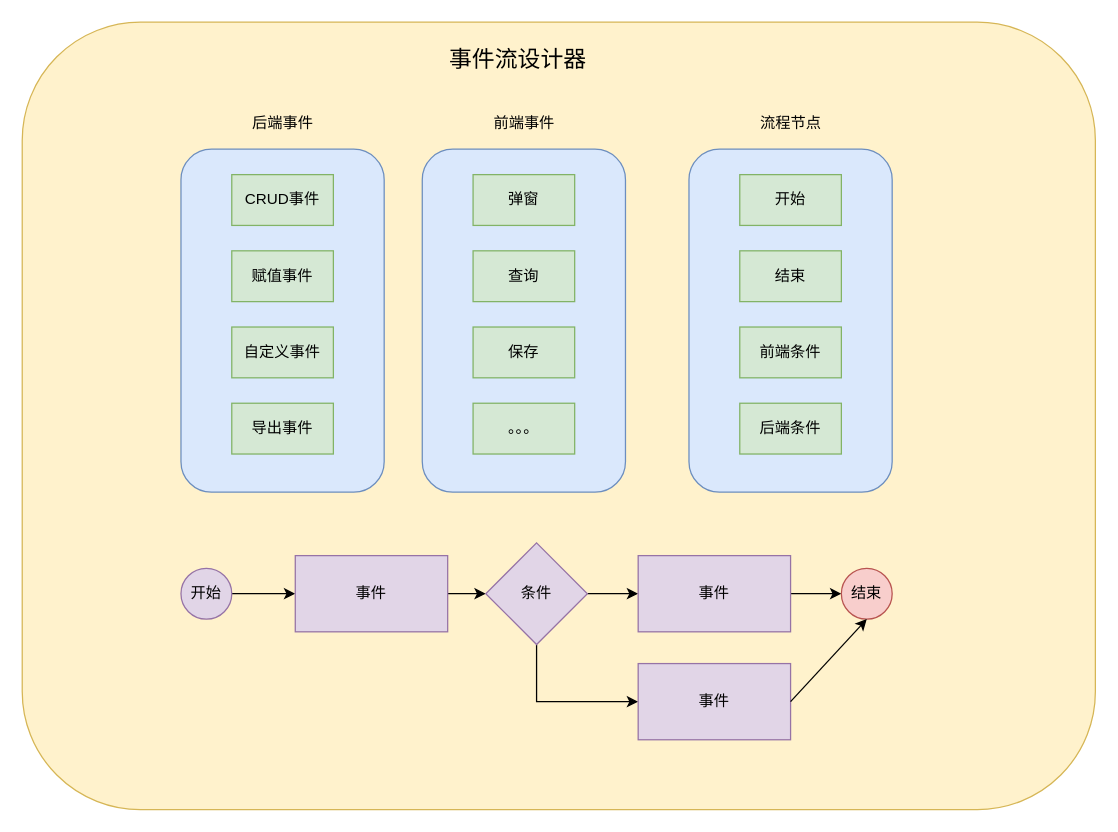
eru97/draw-io keeps this draw.io diagram as page "事件流设计器" (1 of 2) of eventEngine.drawio. Above is the earlier version. Source tidied: cells renumbered, new cells numbered last; positions are measured from the earlier drawing's top-left corner, leaving out a move shared by most shapes. Both pictures are drawn from the tidied source at 127%, with x=0, y=0 at pixel (22, 22).
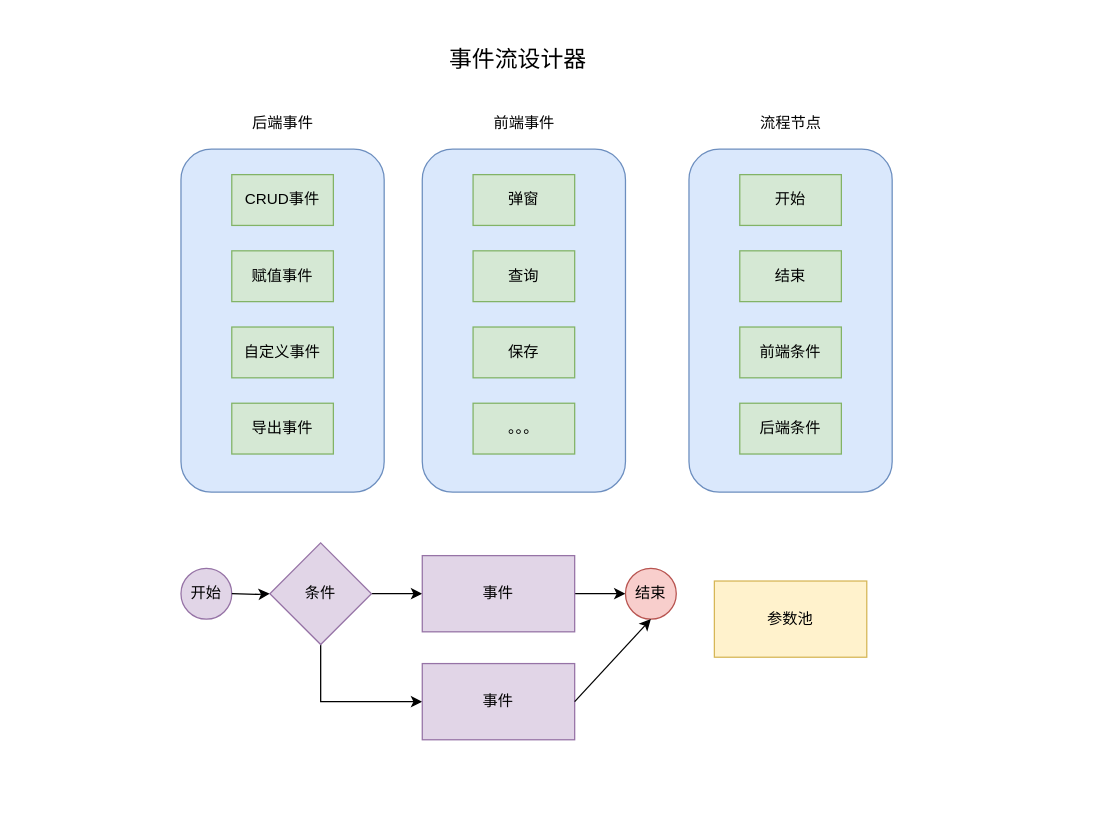
Above is the later version.

The change refers to these unchanged cells:
```xml
<mxCell id="23" value="开始" style="ellipse;whiteSpace=wrap;html=1;fillColor=#e1d5e7;strokeColor=#9673a6;" parent="1" vertex="1">
  <mxGeometry x="125" y="430" width="40" height="40" as="geometry" />
</mxCell>
```

The edit, as a diff of the source:
```diff
@@
-    <mxCell id="2" style="rounded=1;whiteSpace=wrap;html=1;fillColor=#fff2cc;strokeColor=#d6b656;" parent="1" vertex="1">
-      <mxGeometry width="845" height="620" as="geometry" />
-    </mxCell>
@@
-    <mxCell id="22" style="edgeStyle=orthogonalEdgeStyle;rounded=0;jettySize=auto;html=1;" parent="1" edge="1" source="23" target="25">
-      <mxGeometry relative="1" as="geometry" />
-    </mxCell>
@@
-    <mxCell id="24" style="edgeStyle=orthogonalEdgeStyle;rounded=0;jettySize=auto;html=1;" parent="1" edge="1" source="25" target="28">
-      <mxGeometry relative="1" as="geometry" />
+    <mxCell id="24" style="edgeStyle=orthogonalEdgeStyle;rounded=0;jettySize=auto;html=1;" parent="1" edge="1" target="28">
+      <mxGeometry relative="1" as="geometry">
+        <mxPoint x="165" y="450" as="sourcePoint" />
+      </mxGeometry>
     </mxCell>
-    <mxCell id="25" value="事件" style="whiteSpace=wrap;html=1;fillColor=#e1d5e7;strokeColor=#9673a6;" parent="1" vertex="1">
-      <mxGeometry x="215" y="420" width="120" height="60" as="geometry" />
-    </mxCell>
@@
     <mxCell id="28" value="条件" style="rhombus;whiteSpace=wrap;html=1;fillColor=#e1d5e7;strokeColor=#9673a6;" parent="1" vertex="1">
-      <mxGeometry x="365" y="410" width="80" height="80" as="geometry" />
+      <mxGeometry x="195" y="410" width="80" height="80" as="geometry" />
     </mxCell>
@@
     <mxCell id="30" value="事件" style="whiteSpace=wrap;html=1;fillColor=#e1d5e7;strokeColor=#9673a6;" parent="1" vertex="1">
-      <mxGeometry x="485" y="420" width="120" height="60" as="geometry" />
+      <mxGeometry x="315" y="420" width="120" height="60" as="geometry" />
     </mxCell>
     <mxCell id="31" value="结束" style="ellipse;whiteSpace=wrap;html=1;fillColor=#f8cecc;strokeColor=#b85450;" parent="1" vertex="1">
-      <mxGeometry x="645" y="430" width="40" height="40" as="geometry" />
+      <mxGeometry x="475" y="430" width="40" height="40" as="geometry" />
     </mxCell>
     <mxCell id="32" value="事件" style="whiteSpace=wrap;html=1;fillColor=#e1d5e7;strokeColor=#9673a6;" parent="1" vertex="1">
-      <mxGeometry x="485" y="505" width="120" height="60" as="geometry" />
+      <mxGeometry x="315" y="505" width="120" height="60" as="geometry" />
     </mxCell>
@@
+    <mxCell id="34" value="参数池" style="rounded=0;whiteSpace=wrap;html=1;fillColor=#fff2cc;strokeColor=#d6b656;" parent="1" vertex="1">
+      <mxGeometry x="545" y="440" width="120" height="60" as="geometry" />
+    </mxCell>
```
